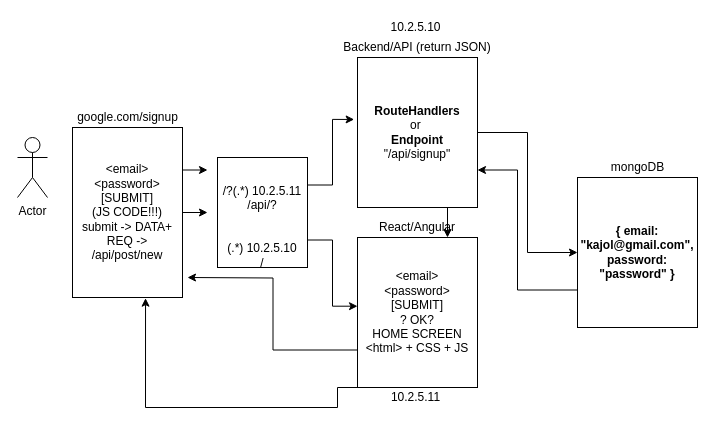
This is Monolithic.drawio from kajol-tiwari/KubernetesArchitecture, a draw.io file, before an edit. Source tidied: cells renumbered, new cells numbered last; positions are measured from the earlier drawing's top-left corner, leaving out a move shared by most shapes. Both pictures are drawn from the tidied source at 100%, with x=0, y=0 at pixel (17, 17).
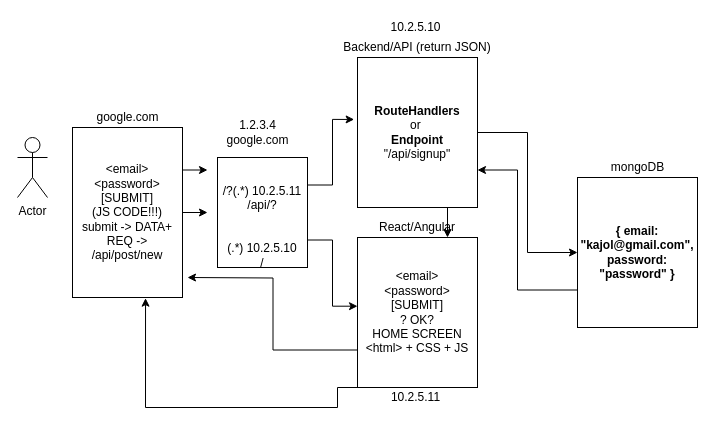
After the change.

What changed in the source:
```diff
@@
-    <mxCell id="17" value="google.com/signup" style="text;html=1;align=center;verticalAlign=middle;" parent="1" vertex="1">
-      <mxGeometry x="50" y="90" width="120" height="20" as="geometry" />
+    <mxCell id="17" value="google.com" style="text;html=1;align=center;verticalAlign=middle;" parent="1" vertex="1">
+      <mxGeometry x="70" y="90" width="80" height="20" as="geometry" />
     </mxCell>
@@
+    <mxCell id="23" value="1.2.3.4&lt;br&gt;google.com" style="text;html=1;align=center;verticalAlign=middle;" parent="1" vertex="1">
+      <mxGeometry x="200" y="100" width="80" height="30" as="geometry" />
+    </mxCell>
```
